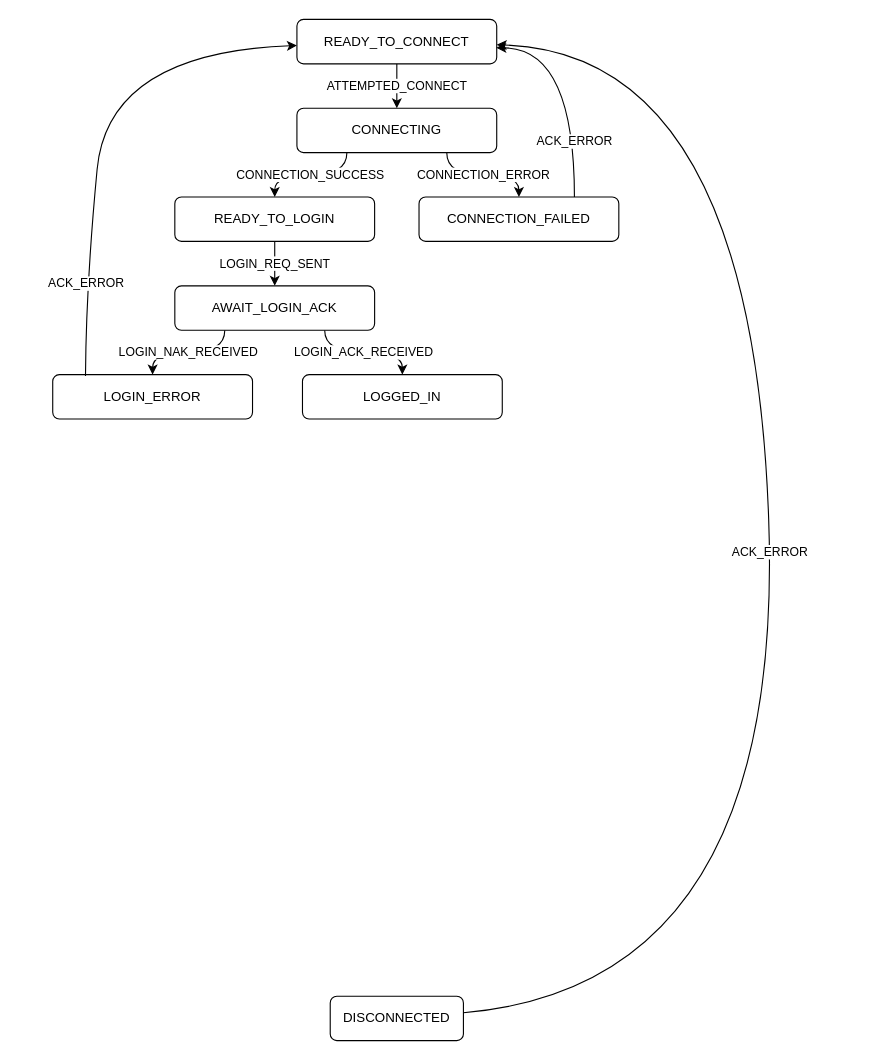
Earlier version of the draw.io diagram alpha_web_client/src/stores/kayeet_states.drawio (melektron/alpha). Source tidied: cells renumbered, new cells numbered last; positions are measured from the earlier drawing's top-left corner, leaving out a move shared by most shapes. Both pictures are drawn from the tidied source at 111%, with x=0, y=0 at pixel (52, 19).
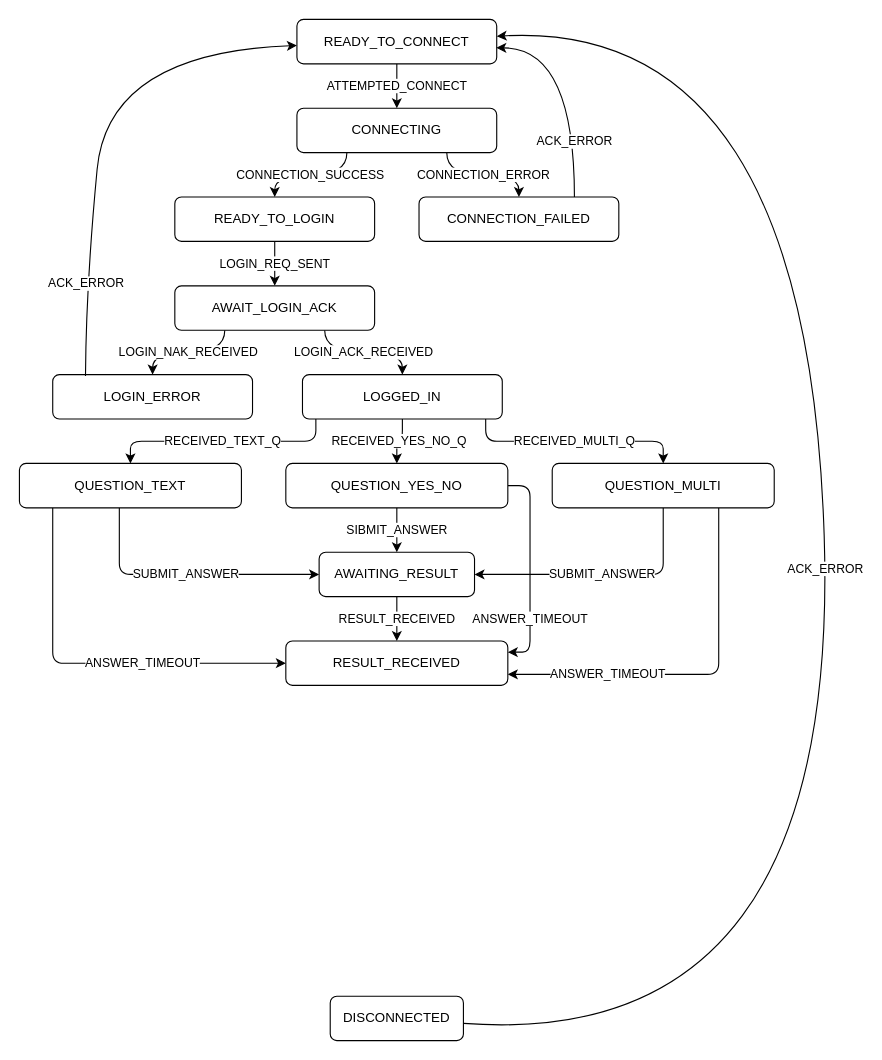
After the change.

Commit message (it also covers changes not shown here):
adjusted disconnect dialog and worked on state flow for questioning

The change refers to these unchanged cells:
```xml
<mxCell id="2" value="DISCONNECTED" style="rounded=1;whiteSpace=wrap;html=1;" parent="1" vertex="1">
  <mxGeometry x="250" y="880" width="120" height="40" as="geometry" />
</mxCell>
<mxCell id="4" value="READY_TO_CONNECT" style="rounded=1;whiteSpace=wrap;html=1;" parent="1" vertex="1">
  <mxGeometry x="220" width="180" height="40" as="geometry" />
</mxCell>
<mxCell id="14" value="LOGGED_IN" style="rounded=1;whiteSpace=wrap;html=1;" parent="1" vertex="1">
  <mxGeometry x="225" y="320" width="180" height="40" as="geometry" />
</mxCell>
```

The edit, as a diff of the source:
```diff
@@
     <mxCell id="5" value="ACK_ERROR" style="curved=1;endArrow=classic;html=1;rounded=0;" parent="1" edge="1" source="2" target="4">
       <mxGeometry relative="1" as="geometry">
         <Array as="points">
-          <mxPoint x="660" y="870" />
-          <mxPoint x="630" y="30" />
+          <mxPoint x="710" y="930" />
+          <mxPoint x="680" />
         </Array>
       </mxGeometry>
     </mxCell>
@@
+    <mxCell id="19" value="RECEIVED_YES_NO_Q" style="edgeStyle=orthogonalEdgeStyle;rounded=1;jettySize=auto;html=1;curved=0;" parent="1" edge="1" source="14" target="27">
+      <mxGeometry relative="1" as="geometry" />
+    </mxCell>
+    <mxCell id="20" value="RECEIVED_MULTI_Q" style="edgeStyle=orthogonalEdgeStyle;rounded=1;jettySize=auto;html=1;exitX=0.917;exitY=1;exitDx=0;exitDy=0;curved=0;exitPerimeter=0;" parent="1" edge="1" source="14" target="30">
+      <mxGeometry relative="1" as="geometry" />
+    </mxCell>
+    <mxCell id="21" value="RECEIVED_TEXT_Q" style="edgeStyle=orthogonalEdgeStyle;rounded=1;jettySize=auto;html=1;exitX=0.067;exitY=1.001;exitDx=0;exitDy=0;curved=0;exitPerimeter=0;" parent="1" edge="1" source="14" target="24">
+      <mxGeometry relative="1" as="geometry" />
+    </mxCell>
@@
+    <mxCell id="22" value="SUBMIT_ANSWER" style="edgeStyle=orthogonalEdgeStyle;rounded=1;jettySize=auto;html=1;curved=0;" parent="1" edge="1" source="24" target="32">
+      <mxGeometry relative="1" as="geometry">
+        <Array as="points">
+          <mxPoint x="60" y="500" />
+        </Array>
+      </mxGeometry>
+    </mxCell>
+    <mxCell id="23" value="ANSWER_TIMEOUT" style="edgeStyle=orthogonalEdgeStyle;rounded=1;jettySize=auto;html=1;curved=0;" parent="1" edge="1" source="24" target="33">
+      <mxGeometry x="0.26" relative="1" as="geometry">
+        <Array as="points">
+          <mxPoint y="580" />
+        </Array>
+      </mxGeometry>
+    </mxCell>
+    <mxCell id="24" value="QUESTION_TEXT" style="rounded=1;whiteSpace=wrap;html=1;" parent="1" vertex="1">
+      <mxGeometry x="-30" y="400" width="200" height="40" as="geometry" />
+    </mxCell>
+    <mxCell id="25" value="SIBMIT_ANSWER" style="edgeStyle=orthogonalEdgeStyle;rounded=0;jettySize=auto;html=1;" parent="1" edge="1" source="27" target="32">
+      <mxGeometry relative="1" as="geometry" />
+    </mxCell>
+    <mxCell id="26" value="ANSWER_TIMEOUT" style="edgeStyle=orthogonalEdgeStyle;rounded=1;jettySize=auto;html=1;curved=0;" parent="1" edge="1" source="27" target="33">
+      <mxGeometry x="0.47" relative="1" as="geometry">
+        <Array as="points">
+          <mxPoint x="430" y="420" />
+          <mxPoint x="430" y="570" />
+        </Array>
+      </mxGeometry>
+    </mxCell>
+    <mxCell id="27" value="QUESTION_YES_NO" style="rounded=1;whiteSpace=wrap;html=1;" parent="1" vertex="1">
+      <mxGeometry x="210" y="400" width="200" height="40" as="geometry" />
+    </mxCell>
+    <mxCell id="28" value="SUBMIT_ANSWER" style="edgeStyle=orthogonalEdgeStyle;rounded=1;jettySize=auto;html=1;curved=0;" parent="1" edge="1" source="30" target="32">
+      <mxGeometry relative="1" as="geometry">
+        <Array as="points">
+          <mxPoint x="550" y="500" />
+        </Array>
+      </mxGeometry>
+    </mxCell>
+    <mxCell id="29" value="ANSWER_TIMEOUT" style="edgeStyle=orthogonalEdgeStyle;rounded=1;jettySize=auto;html=1;curved=0;" parent="1" edge="1" source="30" target="33">
+      <mxGeometry x="0.47" relative="1" as="geometry">
+        <Array as="points">
+          <mxPoint x="600" y="590" />
+        </Array>
+      </mxGeometry>
+    </mxCell>
+    <mxCell id="30" value="QUESTION_MULTI" style="rounded=1;whiteSpace=wrap;html=1;" parent="1" vertex="1">
+      <mxGeometry x="450" y="400" width="200" height="40" as="geometry" />
+    </mxCell>
+    <mxCell id="31" value="RESULT_RECEIVED" style="edgeStyle=orthogonalEdgeStyle;rounded=0;jettySize=auto;html=1;" parent="1" edge="1" source="32" target="33">
+      <mxGeometry relative="1" as="geometry" />
+    </mxCell>
+    <mxCell id="32" value="AWAITING_RESULT" style="rounded=1;whiteSpace=wrap;html=1;" parent="1" vertex="1">
+      <mxGeometry x="240" y="480" width="140" height="40" as="geometry" />
+    </mxCell>
+    <mxCell id="33" value="RESULT_RECEIVED" style="rounded=1;whiteSpace=wrap;html=1;" parent="1" vertex="1">
+      <mxGeometry x="210" y="560" width="200" height="40" as="geometry" />
+    </mxCell>
```
